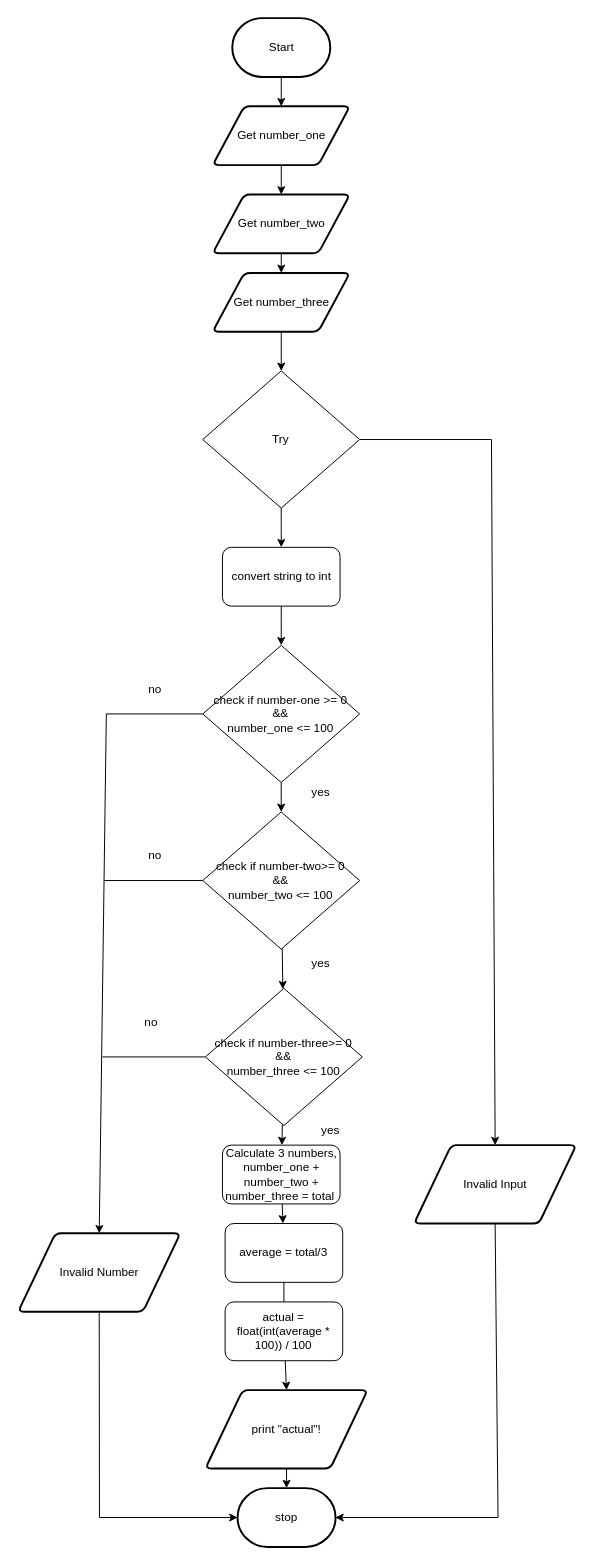
JacksonNaufal/ICS3U-Assignment3-Python keeps this draw.io diagram as FlowChart.Drawio. Above is the earlier version. Source tidied: cells renumbered, new cells numbered last; positions are measured from the earlier drawing's top-left corner, leaving out a move shared by most shapes. Both pictures are drawn from the tidied source at 98%, with x=0, y=0 at pixel (18, 18).
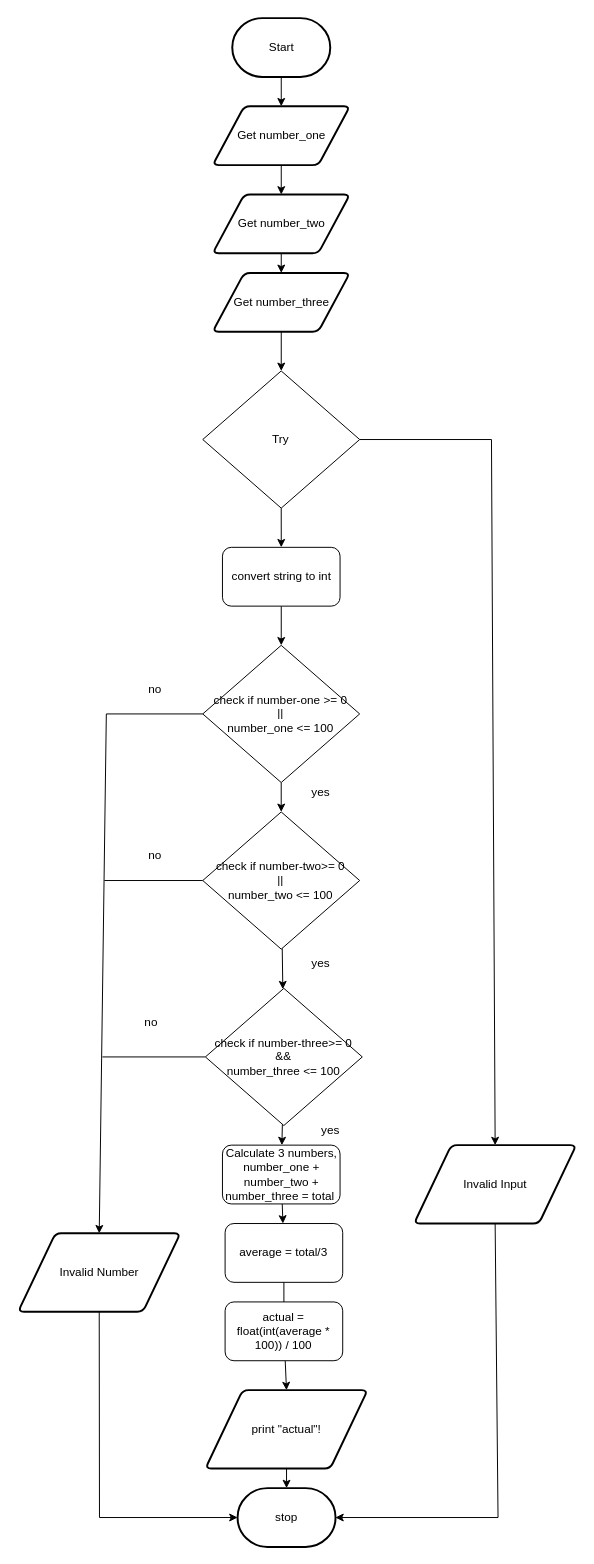
After the change.

What changed in the source:
```diff
@@
-    <mxCell id="27" value="check if number-one &amp;gt;= 0&lt;br&gt;&amp;amp;&amp;amp;&lt;br&gt;number_one &amp;lt;= 100" style="rhombus;whiteSpace=wrap;html=1;" parent="1" vertex="1">
+    <mxCell id="27" value="check if number-one &amp;gt;= 0&lt;br&gt;||&lt;br&gt;number_one &amp;lt;= 100" style="rhombus;whiteSpace=wrap;html=1;" parent="1" vertex="1">
       <mxGeometry x="188.4" y="640" width="160.1" height="140" as="geometry" />
     </mxCell>
@@
-    <mxCell id="30" value="check if number-two&amp;gt;= 0&lt;br&gt;&amp;amp;&amp;amp;&lt;br&gt;number_two &amp;lt;= 100" style="rhombus;whiteSpace=wrap;html=1;" parent="1" vertex="1">
+    <mxCell id="30" value="check if number-two&amp;gt;= 0&lt;br&gt;||&lt;br&gt;number_two &amp;lt;= 100" style="rhombus;whiteSpace=wrap;html=1;" parent="1" vertex="1">
       <mxGeometry x="188.4" y="810" width="160.1" height="140" as="geometry" />
     </mxCell>
```
